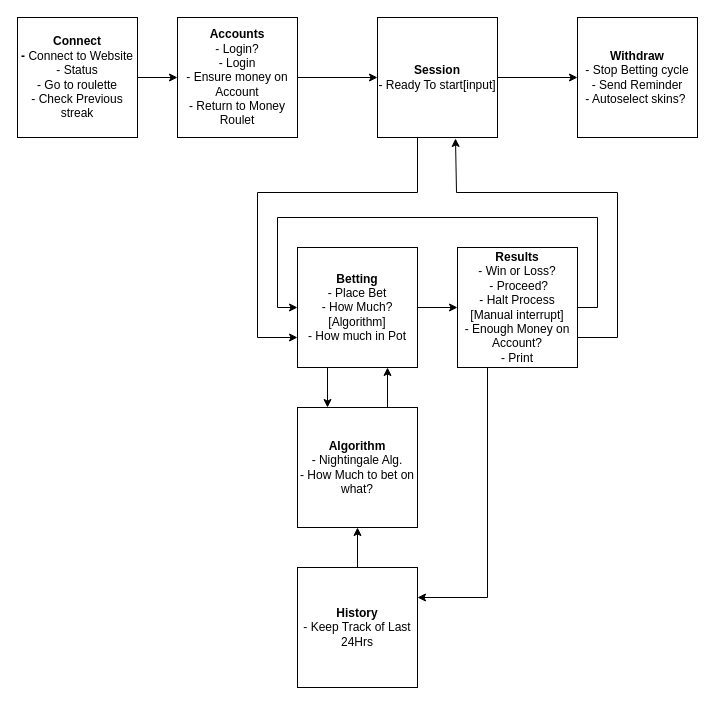
Above: Functional Overview/Shutoff_Bot_Overview.drawio in ToastedTiger/Shutoff_Bot (draw.io), before the change. Source tidied: cells renumbered, new cells numbered last; positions are measured from the earlier drawing's top-left corner, leaving out a move shared by most shapes. Both pictures are drawn from the tidied source at 100%, with x=0, y=0 at pixel (17, 17).
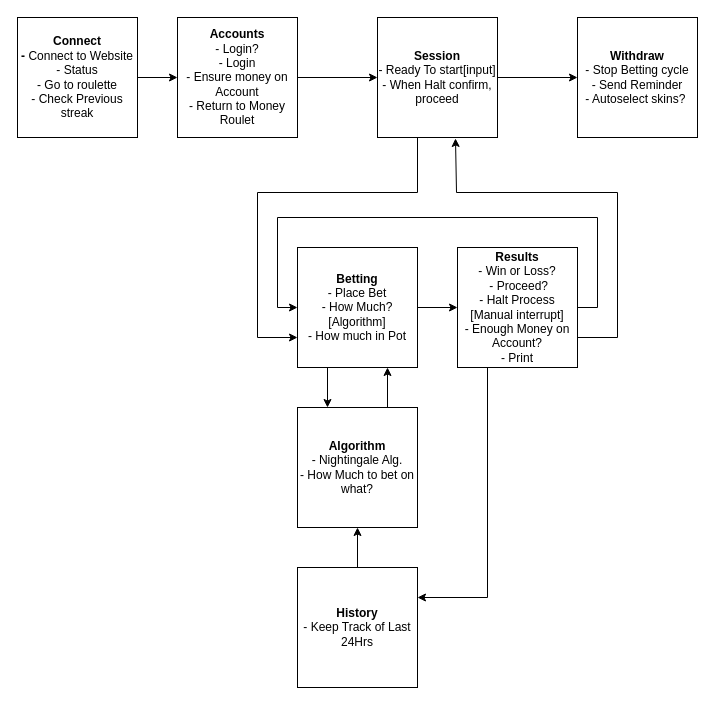
Above is the later version.

Change to the diagram source:
```diff
@@
-    <mxCell id="20" value="&lt;b&gt;Session&lt;/b&gt;&lt;br&gt;- Ready To start[input]" style="rounded=0;whiteSpace=wrap;html=1;" parent="1" vertex="1">
+    <mxCell id="20" value="&lt;b&gt;Session&lt;/b&gt;&lt;br&gt;- Ready To start[input]&lt;br&gt;- When Halt confirm, proceed&lt;br&gt;" style="rounded=0;whiteSpace=wrap;html=1;" parent="1" vertex="1">
       <mxGeometry x="360" width="120" height="120" as="geometry" />
     </mxCell>
```
